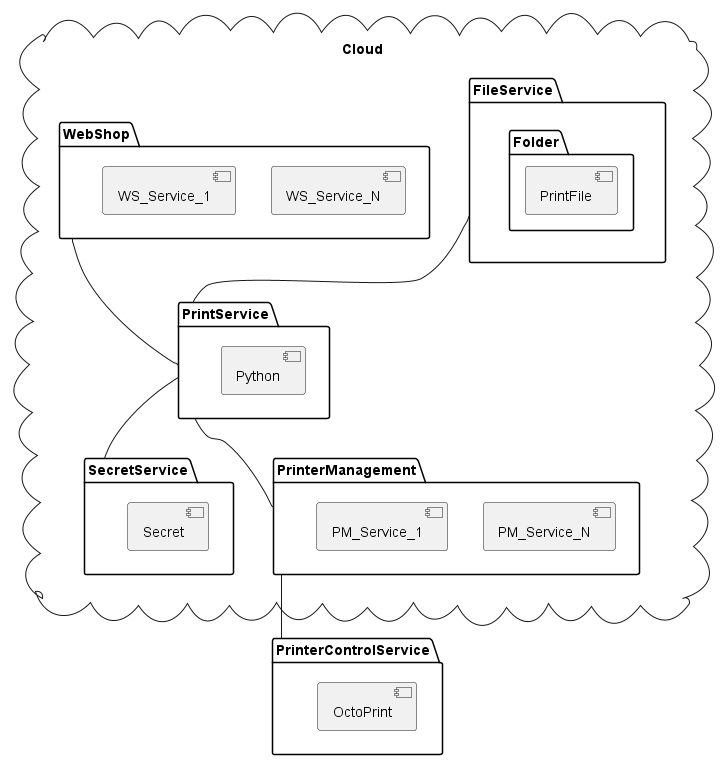
The PlantUML diagram out/ComponentDiagram/ComponentDiagram.png in tobiasbuhmann/repro3d-diagrams, before a commit.
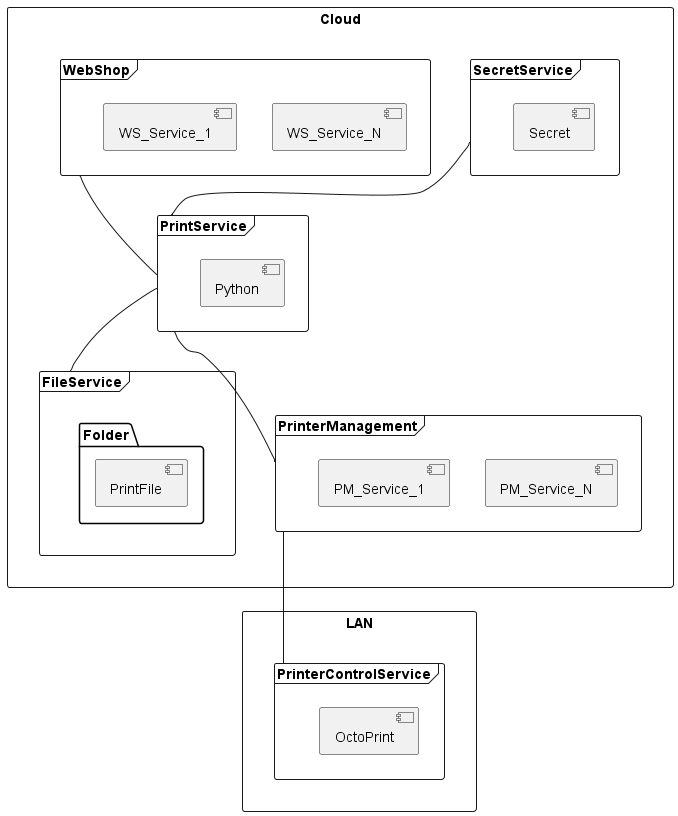
The same diagram one commit later.

Commit message:
New versions of diagrams

What changed in the source:
```diff
@@ -1,38 +1,40 @@
 @startuml ComponentDiagram
 
-cloud "Cloud" {
-   package "PrintService" {
-    [Python]
-  }
+rectangle "Cloud" {
+    frame "PrintService" {
+        [Python]
+    }
 
-  package "SecretService" {
-    [Secret]
-  }
+    frame "SecretService" {
+        [Secret]
+    }
 
-  package "FileService" {
-    folder "Folder" {
-      [PrintFile]
+    frame "FileService" {
+        folder "Folder" {
+        [PrintFile]
+        }
     }
-  }
 
-  package "WebShop" {
-    [WS_Service_N]
-    [WS_Service_1]
-  }
+    frame "WebShop" {
+        [WS_Service_N]
+        [WS_Service_1]
+    }
 
-  package "PrinterManagement" {
-    [PM_Service_N]
-    [PM_Service_1]
-  }
+    frame "PrinterManagement" {
+        [PM_Service_N]
+        [PM_Service_1]
+    }
 }
 
-package "PrinterControlService" {
-  [OctoPrint]
+rectangle "LAN" {
+    frame "PrinterControlService" {
+        [OctoPrint]
+    }
 }
 
-[WebShop] -- [PrintService]
-[FileService] -- [PrintService]
-[PrintService] -- [SecretService]
+[WebShop] -down- [PrintService]
+[FileService] -up- [PrintService]
+[SecretService] -down- [PrintService]
 [PrintService] -- [PrinterManagement]
-[PrinterManagement] -- [PrinterControlService]
+[PrinterManagement] -down- [PrinterControlService]
 @enduml
```
